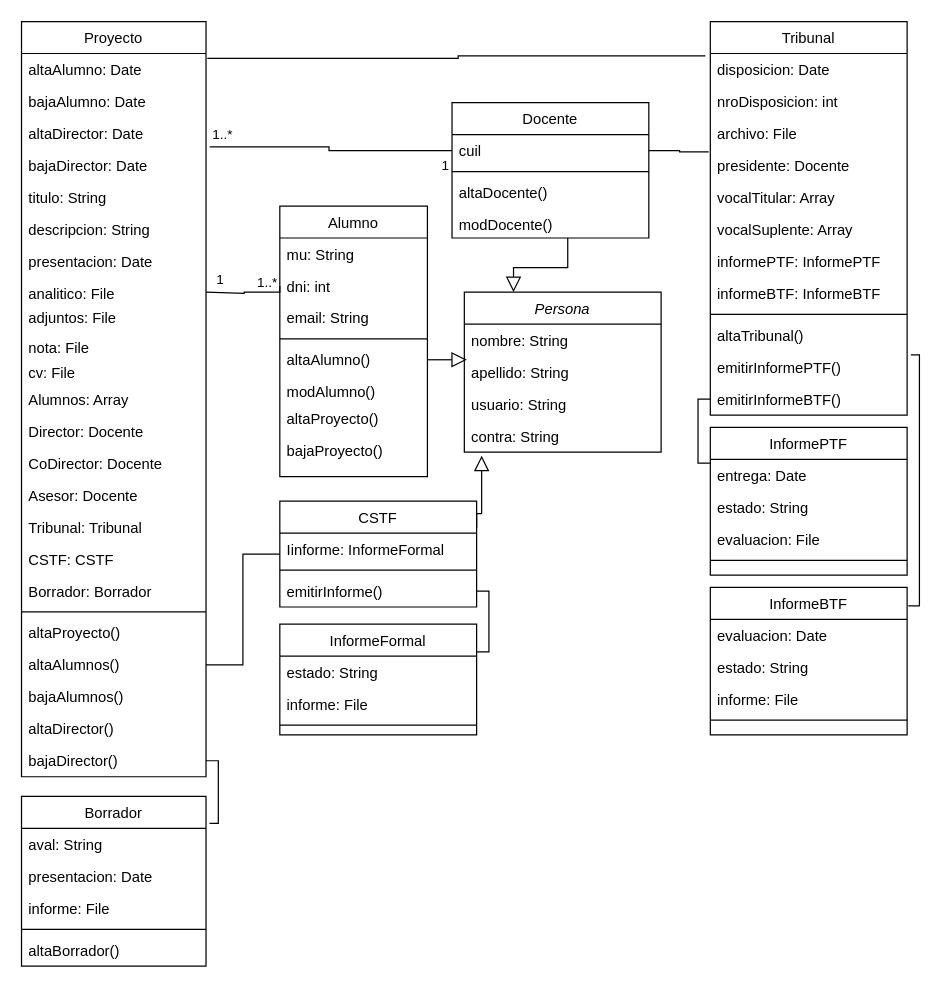
Earlier version of the draw.io diagram Diagrama sin título.drawio (marcosgomezok/LaboratorioP3). Source tidied: cells renumbered, new cells numbered last; positions are measured from the earlier drawing's top-left corner, leaving out a move shared by most shapes. Both pictures are drawn from the tidied source at 123%, with x=0, y=0 at pixel (21, 21).
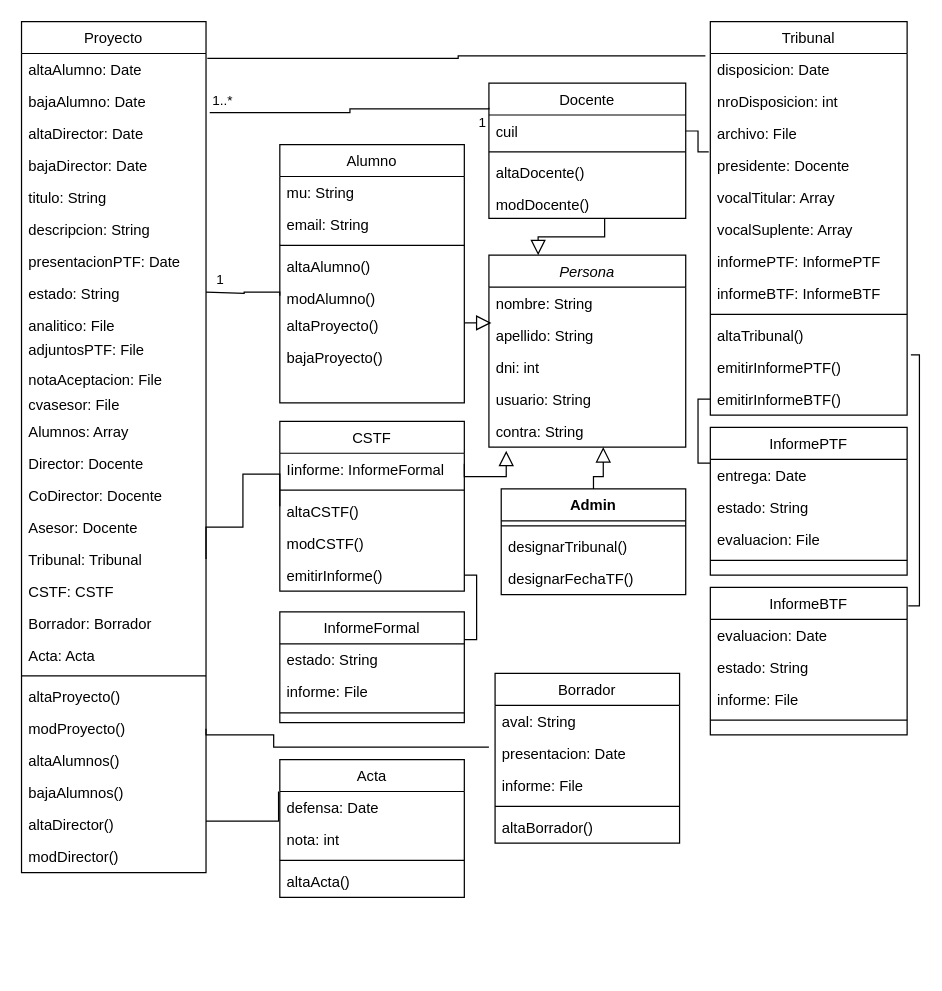
The same diagram, later.

Unchanged cells that the change refers to:
```xml
<mxCell id="18" value="cuil" style="text;align=left;verticalAlign=top;spacingLeft=4;spacingRight=4;overflow=hidden;points=[[0,0.5],[1,0.5]];portConstraint=eastwest;" parent="17" vertex="1">
  <mxGeometry y="26" width="160" height="26" as="geometry" />
</mxCell>
<mxCell id="21" value="modDocente()" style="text;align=left;verticalAlign=top;spacingLeft=4;spacingRight=4;overflow=hidden;points=[[0,0.5],[1,0.5]];portConstraint=eastwest;" parent="17" vertex="1">
  <mxGeometry y="86" width="160" height="24" as="geometry" />
</mxCell>
<mxCell id="27" value="bajaDirector: Date&#10;" style="text;align=left;verticalAlign=top;spacingLeft=4;spacingRight=4;overflow=hidden;points=[[0,0.5],[1,0.5]];portConstraint=eastwest;" parent="23" vertex="1">
  <mxGeometry y="104" width="150" height="26" as="geometry" />
</mxCell>
<mxCell id="86" value="aval: String" style="text;align=left;verticalAlign=top;spacingLeft=4;spacingRight=4;overflow=hidden;points=[[0,0.5],[1,0.5]];portConstraint=eastwest;" parent="85" vertex="1">
  <mxGeometry y="26" width="150" height="26" as="geometry" />
</mxCell>
```

Change to the diagram source:
```diff
@@
     <mxCell id="2" value="Persona" style="swimlane;fontStyle=2;align=center;verticalAlign=top;horizontal=1;startSize=26;rounded=0;shadow=0;strokeWidth=1;" parent="1" vertex="1">
-      <mxGeometry x="360" y="220" width="160" height="130" as="geometry" />
+      <mxGeometry x="380" y="190" width="160" height="156" as="geometry" />
     </mxCell>
@@
+    <mxCell id="9" value="dni: int&#10;&#10;" style="text;align=left;verticalAlign=top;spacingLeft=4;spacingRight=4;overflow=hidden;points=[[0,0.5],[1,0.5]];portConstraint=eastwest;rounded=0;shadow=0;html=0;" parent="2" vertex="1">
+      <mxGeometry y="78" width="160" height="26" as="geometry" />
+    </mxCell>
     <mxCell id="5" value="usuario: String" style="text;align=left;verticalAlign=top;spacingLeft=4;spacingRight=4;overflow=hidden;rounded=0;shadow=0;html=0;" parent="2" vertex="1">
-      <mxGeometry y="78" width="160" height="26" as="geometry" />
+      <mxGeometry y="104" width="160" height="26" as="geometry" />
     </mxCell>
     <mxCell id="6" value="contra: String" style="text;align=left;verticalAlign=top;spacingLeft=4;spacingRight=4;overflow=hidden;points=[[0,0.5],[1,0.5]];portConstraint=eastwest;rounded=0;shadow=0;html=0;" parent="2" vertex="1">
-      <mxGeometry y="104" width="160" height="26" as="geometry" />
+      <mxGeometry y="130" width="160" height="26" as="geometry" />
     </mxCell>
     <mxCell id="7" value="Alumno" style="swimlane;fontStyle=0;align=center;verticalAlign=top;horizontal=1;startSize=26;rounded=0;shadow=0;strokeWidth=1;" parent="1" vertex="1">
-      <mxGeometry x="210" y="150" width="120" height="220" as="geometry" />
+      <mxGeometry x="210" y="100" width="150" height="210" as="geometry" />
     </mxCell>
     <mxCell id="8" value="mu: String" style="text;align=left;verticalAlign=top;spacingLeft=4;spacingRight=4;overflow=hidden;" parent="7" vertex="1">
-      <mxGeometry y="26" width="120" height="26" as="geometry" />
+      <mxGeometry y="26" width="150" height="26" as="geometry" />
     </mxCell>
-    <mxCell id="9" value="dni: int&#10;&#10;" style="text;align=left;verticalAlign=top;spacingLeft=4;spacingRight=4;overflow=hidden;points=[[0,0.5],[1,0.5]];portConstraint=eastwest;rounded=0;shadow=0;html=0;" parent="7" vertex="1">
-      <mxGeometry y="52" width="120" height="26" as="geometry" />
-    </mxCell>
     <mxCell id="10" value="email: String" style="text;align=left;verticalAlign=top;spacingLeft=4;spacingRight=4;overflow=hidden;rounded=0;shadow=0;html=0;" parent="7" vertex="1">
-      <mxGeometry y="78" width="120" height="26" as="geometry" />
+      <mxGeometry y="52" width="150" height="26" as="geometry" />
     </mxCell>
     <mxCell id="11" style="line;html=1;strokeWidth=1;align=left;verticalAlign=middle;spacingTop=-1;spacingLeft=3;spacingRight=3;labelPosition=right;" parent="7" vertex="1">
-      <mxGeometry y="104" width="120" height="8" as="geometry" />
+      <mxGeometry y="78" width="150" height="8" as="geometry" />
     </mxCell>
     <mxCell id="12" value="altaAlumno()" style="text;align=left;verticalAlign=top;spacingLeft=4;spacingRight=4;overflow=hidden;" parent="7" vertex="1">
-      <mxGeometry y="112" width="120" height="26" as="geometry" />
+      <mxGeometry y="86" width="150" height="26" as="geometry" />
     </mxCell>
     <mxCell id="13" value="modAlumno()" style="text;align=left;verticalAlign=top;spacingLeft=4;spacingRight=4;overflow=hidden;points=[[0,0.5],[1,0.5]];portConstraint=eastwest;" parent="7" vertex="1">
-      <mxGeometry y="138" width="120" height="22" as="geometry" />
+      <mxGeometry y="112" width="150" height="22" as="geometry" />
     </mxCell>
     <mxCell id="14" value="altaProyecto()&#10;" style="text;align=left;verticalAlign=top;spacingLeft=4;spacingRight=4;overflow=hidden;" parent="7" vertex="1">
-      <mxGeometry y="160" width="120" height="26" as="geometry" />
+      <mxGeometry y="134" width="150" height="26" as="geometry" />
     </mxCell>
     <mxCell id="15" value="bajaProyecto()&#10;" style="text;align=left;verticalAlign=top;spacingLeft=4;spacingRight=4;overflow=hidden;" parent="7" vertex="1">
-      <mxGeometry y="186" width="120" height="26" as="geometry" />
+      <mxGeometry y="160" width="150" height="24" as="geometry" />
     </mxCell>
@@
     <mxCell id="17" value="Docente&#10;" style="swimlane;fontStyle=0;align=center;verticalAlign=top;horizontal=1;startSize=26;rounded=0;shadow=0;strokeWidth=1;" parent="1" vertex="1">
-      <mxGeometry x="350" y="66" width="160" height="110" as="geometry" />
+      <mxGeometry x="380" y="50" width="160" height="110" as="geometry" />
     </mxCell>
@@
     <mxCell id="22" style="endArrow=block;endSize=10;endFill=0;shadow=0;strokeWidth=1;rounded=0;edgeStyle=elbowEdgeStyle;elbow=vertical;exitX=0.588;exitY=1;exitDx=0;exitDy=0;entryX=0.25;entryY=0;entryDx=0;entryDy=0;exitPerimeter=0;" parent="1" edge="1" source="21" target="2">
-      <mxGeometry relative="1" as="geometry">
-        <Array as="points">
-          <mxPoint x="430" y="200" />
-        </Array>
-      </mxGeometry>
+      <mxGeometry relative="1" as="geometry" />
     </mxCell>
     <mxCell id="23" value="Proyecto" style="swimlane;fontStyle=0;align=center;verticalAlign=top;horizontal=1;startSize=26;rounded=0;shadow=0;strokeWidth=1;" parent="1" vertex="1">
-      <mxGeometry width="150" height="614" as="geometry" />
+      <mxGeometry width="150" height="692" as="geometry" />
     </mxCell>
@@
-    <mxCell id="30" value="presentacion: Date" style="text;align=left;verticalAlign=top;spacingLeft=4;spacingRight=4;overflow=hidden;" parent="23" vertex="1">
+    <mxCell id="30" value="presentacionPTF: Date" style="text;align=left;verticalAlign=top;spacingLeft=4;spacingRight=4;overflow=hidden;" parent="23" vertex="1">
       <mxGeometry y="182" width="150" height="26" as="geometry" />
     </mxCell>
+    <mxCell id="99" value="estado: String" style="text;align=left;verticalAlign=top;spacingLeft=4;spacingRight=4;overflow=hidden;" parent="23" vertex="1">
+      <mxGeometry y="208" width="150" height="26" as="geometry" />
+    </mxCell>
     <mxCell id="31" value="analitico: File" style="text;align=left;verticalAlign=top;spacingLeft=4;spacingRight=4;overflow=hidden;" parent="23" vertex="1">
-      <mxGeometry y="208" width="150" height="20" as="geometry" />
+      <mxGeometry y="234" width="150" height="20" as="geometry" />
     </mxCell>
-    <mxCell id="32" value="adjuntos: File" style="text;align=left;verticalAlign=top;spacingLeft=4;spacingRight=4;overflow=hidden;" parent="23" vertex="1">
-      <mxGeometry y="228" width="150" height="24" as="geometry" />
+    <mxCell id="32" value="adjuntosPTF: File" style="text;align=left;verticalAlign=top;spacingLeft=4;spacingRight=4;overflow=hidden;" parent="23" vertex="1">
+      <mxGeometry y="254" width="150" height="24" as="geometry" />
     </mxCell>
-    <mxCell id="33" value="nota: File" style="text;align=left;verticalAlign=top;spacingLeft=4;spacingRight=4;overflow=hidden;" parent="23" vertex="1">
-      <mxGeometry y="252" width="150" height="20" as="geometry" />
+    <mxCell id="33" value="notaAceptacion: File" style="text;align=left;verticalAlign=top;spacingLeft=4;spacingRight=4;overflow=hidden;" parent="23" vertex="1">
+      <mxGeometry y="278" width="150" height="20" as="geometry" />
     </mxCell>
-    <mxCell id="34" value="cv: File" style="text;align=left;verticalAlign=top;spacingLeft=4;spacingRight=4;overflow=hidden;" parent="23" vertex="1">
-      <mxGeometry y="272" width="150" height="22" as="geometry" />
+    <mxCell id="34" value="cvasesor: File" style="text;align=left;verticalAlign=top;spacingLeft=4;spacingRight=4;overflow=hidden;" parent="23" vertex="1">
+      <mxGeometry y="298" width="150" height="22" as="geometry" />
     </mxCell>
     <mxCell id="35" value="Alumnos: Array" style="text;align=left;verticalAlign=top;spacingLeft=4;spacingRight=4;overflow=hidden;" parent="23" vertex="1">
-      <mxGeometry y="294" width="150" height="26" as="geometry" />
+      <mxGeometry y="320" width="150" height="26" as="geometry" />
     </mxCell>
     <mxCell id="36" value="Director: Docente&#10;" style="text;align=left;verticalAlign=top;spacingLeft=4;spacingRight=4;overflow=hidden;" parent="23" vertex="1">
-      <mxGeometry y="320" width="150" height="26" as="geometry" />
+      <mxGeometry y="346" width="150" height="26" as="geometry" />
     </mxCell>
     <mxCell id="37" value="CoDirector: Docente&#10;" style="text;align=left;verticalAlign=top;spacingLeft=4;spacingRight=4;overflow=hidden;" parent="23" vertex="1">
-      <mxGeometry y="346" width="150" height="26" as="geometry" />
+      <mxGeometry y="372" width="150" height="26" as="geometry" />
     </mxCell>
     <mxCell id="38" value="Asesor: Docente" style="text;align=left;verticalAlign=top;spacingLeft=4;spacingRight=4;overflow=hidden;" parent="23" vertex="1">
-      <mxGeometry y="372" width="150" height="26" as="geometry" />
+      <mxGeometry y="398" width="150" height="26" as="geometry" />
     </mxCell>
     <mxCell id="39" value="Tribunal: Tribunal&#10;" style="text;align=left;verticalAlign=top;spacingLeft=4;spacingRight=4;overflow=hidden;points=[[0,0.5],[1,0.5]];portConstraint=eastwest;" parent="23" vertex="1">
-      <mxGeometry y="398" width="150" height="26" as="geometry" />
+      <mxGeometry y="424" width="150" height="26" as="geometry" />
     </mxCell>
     <mxCell id="40" value="CSTF: CSTF" style="text;align=left;verticalAlign=top;spacingLeft=4;spacingRight=4;overflow=hidden;" parent="23" vertex="1">
-      <mxGeometry y="424" width="150" height="26" as="geometry" />
+      <mxGeometry y="450" width="150" height="26" as="geometry" />
     </mxCell>
+    <mxCell id="100" value="Borrador: Borrador" style="text;align=left;verticalAlign=top;spacingLeft=4;spacingRight=4;overflow=hidden;" parent="23" vertex="1">
+      <mxGeometry y="476" width="150" height="26" as="geometry" />
+    </mxCell>
-    <mxCell id="41" value="Borrador: Borrador" style="text;align=left;verticalAlign=top;spacingLeft=4;spacingRight=4;overflow=hidden;" parent="23" vertex="1">
-      <mxGeometry y="450" width="150" height="26" as="geometry" />
+    <mxCell id="41" value="Acta: Acta" style="text;align=left;verticalAlign=top;spacingLeft=4;spacingRight=4;overflow=hidden;" parent="23" vertex="1">
+      <mxGeometry y="502" width="150" height="26" as="geometry" />
     </mxCell>
     <mxCell id="42" style="line;html=1;strokeWidth=1;align=left;verticalAlign=middle;spacingTop=-1;spacingLeft=3;spacingRight=3;labelPosition=right;" parent="23" vertex="1">
-      <mxGeometry y="476" width="150" height="8" as="geometry" />
+      <mxGeometry y="528" width="150" height="8" as="geometry" />
     </mxCell>
     <mxCell id="43" value="altaProyecto()" style="text;align=left;verticalAlign=top;spacingLeft=4;spacingRight=4;overflow=hidden;" parent="23" vertex="1">
-      <mxGeometry y="484" width="150" height="26" as="geometry" />
+      <mxGeometry y="536" width="150" height="26" as="geometry" />
     </mxCell>
+    <mxCell id="101" value="modProyecto()" style="text;align=left;verticalAlign=top;spacingLeft=4;spacingRight=4;overflow=hidden;points=[[0,0.5],[1,0.5]];portConstraint=eastwest;" parent="23" vertex="1">
+      <mxGeometry y="562" width="150" height="26" as="geometry" />
+    </mxCell>
     <mxCell id="44" value="altaAlumnos()" style="text;align=left;verticalAlign=top;spacingLeft=4;spacingRight=4;overflow=hidden;points=[[0,0.5],[1,0.5]];portConstraint=eastwest;" parent="23" vertex="1">
-      <mxGeometry y="510" width="150" height="26" as="geometry" />
+      <mxGeometry y="588" width="150" height="26" as="geometry" />
     </mxCell>
     <mxCell id="45" value="bajaAlumnos()" style="text;align=left;verticalAlign=top;spacingLeft=4;spacingRight=4;overflow=hidden;" parent="23" vertex="1">
-      <mxGeometry y="536" width="150" height="26" as="geometry" />
+      <mxGeometry y="614" width="150" height="26" as="geometry" />
     </mxCell>
     <mxCell id="46" value="altaDirector()" style="text;align=left;verticalAlign=top;spacingLeft=4;spacingRight=4;overflow=hidden;" parent="23" vertex="1">
-      <mxGeometry y="562" width="150" height="26" as="geometry" />
+      <mxGeometry y="640" width="150" height="26" as="geometry" />
     </mxCell>
-    <mxCell id="47" value="bajaDirector()" style="text;align=left;verticalAlign=top;spacingLeft=4;spacingRight=4;overflow=hidden;points=[[0,0.5],[1,0.5]];portConstraint=eastwest;" parent="23" vertex="1">
-      <mxGeometry y="588" width="150" height="26" as="geometry" />
+    <mxCell id="47" value="modDirector()" style="text;align=left;verticalAlign=top;spacingLeft=4;spacingRight=4;overflow=hidden;points=[[0,0.5],[1,0.5]];portConstraint=eastwest;" parent="23" vertex="1">
+      <mxGeometry y="666" width="150" height="26" as="geometry" />
     </mxCell>
-    <mxCell id="48" style="endArrow=none;html=1;edgeStyle=orthogonalEdgeStyle;rounded=0;exitX=0;exitY=0.5;exitDx=0;exitDy=0;" parent="1" edge="1" source="9">
+    <mxCell id="48" style="endArrow=none;html=1;edgeStyle=orthogonalEdgeStyle;rounded=0;exitX=0;exitY=0.5;exitDx=0;exitDy=0;" parent="1" edge="1" source="13">
       <mxGeometry relative="1" as="geometry">
         <mxPoint x="150" y="220" as="targetPoint" />
         <Array as="points">
           <mxPoint x="210" y="220" />
           <mxPoint x="181" y="220" />
           <mxPoint x="181" y="221" />
         </Array>
       </mxGeometry>
     </mxCell>
-    <mxCell id="49" value="1..*&lt;br&gt;" style="edgeLabel;html=1;align=left;verticalAlign=bottom;" parent="48" vertex="1">
-      <mxGeometry x="-1" relative="1" as="geometry">
-        <mxPoint x="-20" y="5" as="offset" />
-      </mxGeometry>
-    </mxCell>
@@
-    <mxCell id="51" style="endArrow=none;html=1;edgeStyle=orthogonalEdgeStyle;rounded=0;entryX=1.02;entryY=-0.077;entryDx=0;entryDy=0;entryPerimeter=0;exitX=0;exitY=0.5;exitDx=0;exitDy=0;" parent="1" edge="1" source="18" target="27">
-      <mxGeometry relative="1" as="geometry" />
+    <mxCell id="51" style="endArrow=none;html=1;edgeStyle=orthogonalEdgeStyle;rounded=0;exitX=0;exitY=0.5;exitDx=0;exitDy=0;" parent="1" edge="1">
+      <mxGeometry relative="1" as="geometry">
+        <mxPoint x="380" y="70" as="sourcePoint" />
+        <mxPoint x="153" y="74" as="targetPoint" />
+        <Array as="points">
+          <mxPoint x="380" y="71" />
+          <mxPoint x="267" y="71" />
+          <mxPoint x="267" y="74" />
+          <mxPoint x="154" y="74" />
+        </Array>
+      </mxGeometry>
     </mxCell>
@@
     <mxCell id="54" value="CSTF" style="swimlane;fontStyle=0;align=center;verticalAlign=top;horizontal=1;startSize=26;rounded=0;shadow=0;strokeWidth=1;" parent="1" vertex="1">
-      <mxGeometry x="210" y="390" width="160" height="86" as="geometry" />
+      <mxGeometry x="210" y="325" width="150" height="138" as="geometry" />
     </mxCell>
     <mxCell id="55" value="Iinforme: InformeFormal" style="text;align=left;verticalAlign=top;spacingLeft=4;spacingRight=4;overflow=hidden;" parent="54" vertex="1">
-      <mxGeometry y="26" width="160" height="26" as="geometry" />
+      <mxGeometry y="26" width="150" height="26" as="geometry" />
     </mxCell>
     <mxCell id="56" style="line;html=1;strokeWidth=1;align=left;verticalAlign=middle;spacingTop=-1;spacingLeft=3;spacingRight=3;labelPosition=right;" parent="54" vertex="1">
-      <mxGeometry y="52" width="160" height="8" as="geometry" />
+      <mxGeometry y="52" width="150" height="8" as="geometry" />
     </mxCell>
+    <mxCell id="102" value="altaCSTF()" style="text;align=left;verticalAlign=top;spacingLeft=4;spacingRight=4;overflow=hidden;" parent="54" vertex="1">
+      <mxGeometry y="60" width="150" height="26" as="geometry" />
+    </mxCell>
+    <mxCell id="103" value="modCSTF()" style="text;align=left;verticalAlign=top;spacingLeft=4;spacingRight=4;overflow=hidden;" parent="54" vertex="1">
+      <mxGeometry y="86" width="150" height="26" as="geometry" />
+    </mxCell>
     <mxCell id="57" value="emitirInforme()" style="text;align=left;verticalAlign=top;spacingLeft=4;spacingRight=4;overflow=hidden;points=[[0,0.5],[1,0.5]];portConstraint=eastwest;" parent="54" vertex="1">
-      <mxGeometry y="60" width="160" height="26" as="geometry" />
+      <mxGeometry y="112" width="150" height="26" as="geometry" />
     </mxCell>
     <mxCell id="58" style="endArrow=block;endSize=10;endFill=0;shadow=0;strokeWidth=1;rounded=0;edgeStyle=elbowEdgeStyle;elbow=vertical;entryX=0.088;entryY=1.115;entryDx=0;entryDy=0;entryPerimeter=0;exitX=1;exitY=0.25;exitDx=0;exitDy=0;" parent="1" edge="1" source="54" target="6">
       <mxGeometry relative="1" as="geometry">
         <Array as="points">
-          <mxPoint x="400" y="400" />
+          <mxPoint x="380" y="370" />
         </Array>
       </mxGeometry>
     </mxCell>
@@
     <mxCell id="77" value="InformeFormal" style="swimlane;fontStyle=0;align=center;verticalAlign=top;horizontal=1;startSize=26;rounded=0;shadow=0;strokeWidth=1;" parent="1" vertex="1">
-      <mxGeometry x="210" y="490" width="160" height="90" as="geometry" />
+      <mxGeometry x="210" y="480" width="150" height="90" as="geometry" />
     </mxCell>
     <mxCell id="78" value="estado: String" style="text;align=left;verticalAlign=top;spacingLeft=4;spacingRight=4;overflow=hidden;" parent="77" vertex="1">
-      <mxGeometry y="26" width="160" height="26" as="geometry" />
+      <mxGeometry y="26" width="150" height="26" as="geometry" />
     </mxCell>
     <mxCell id="79" value="informe: File" style="text;align=left;verticalAlign=top;spacingLeft=4;spacingRight=4;overflow=hidden;" parent="77" vertex="1">
-      <mxGeometry y="52" width="160" height="26" as="geometry" />
+      <mxGeometry y="52" width="150" height="26" as="geometry" />
     </mxCell>
     <mxCell id="80" style="line;html=1;strokeWidth=1;align=left;verticalAlign=middle;spacingTop=-1;spacingLeft=3;spacingRight=3;labelPosition=right;" parent="77" vertex="1">
-      <mxGeometry y="78" width="160" height="8" as="geometry" />
+      <mxGeometry y="78" width="150" height="8" as="geometry" />
     </mxCell>
@@
-    <mxCell id="83" style="endArrow=none;html=1;edgeStyle=orthogonalEdgeStyle;rounded=0;entryX=0;entryY=0.5;entryDx=0;entryDy=0;exitX=1;exitY=0.5;exitDx=0;exitDy=0;" parent="1" edge="1" source="44" target="54">
-      <mxGeometry relative="1" as="geometry" />
+    <mxCell id="83" style="endArrow=none;html=1;edgeStyle=orthogonalEdgeStyle;rounded=0;entryX=0;entryY=0.5;entryDx=0;entryDy=0;exitX=1;exitY=0.5;exitDx=0;exitDy=0;" parent="1" edge="1" source="39" target="54">
+      <mxGeometry relative="1" as="geometry">
+        <Array as="points">
+          <mxPoint x="180" y="411" />
+          <mxPoint x="180" y="368" />
+        </Array>
+      </mxGeometry>
     </mxCell>
@@
     <mxCell id="85" value="Borrador" style="swimlane;fontStyle=0;align=center;verticalAlign=top;horizontal=1;startSize=26;rounded=0;shadow=0;strokeWidth=1;" parent="1" vertex="1">
-      <mxGeometry y="630" width="150" height="138" as="geometry" />
+      <mxGeometry x="385" y="530" width="150" height="138" as="geometry" />
     </mxCell>
@@
-    <mxCell id="91" style="endArrow=none;html=1;edgeStyle=orthogonalEdgeStyle;rounded=0;entryX=1.019;entryY=-0.154;entryDx=0;entryDy=0;entryPerimeter=0;exitX=1;exitY=0.5;exitDx=0;exitDy=0;" parent="1" edge="1" source="47" target="86">
-      <mxGeometry relative="1" as="geometry" />
+    <mxCell id="91" style="endArrow=none;html=1;edgeStyle=orthogonalEdgeStyle;rounded=0;entryX=0;entryY=0.5;entryDx=0;entryDy=0;exitX=1;exitY=0.5;exitDx=0;exitDy=0;" parent="1" edge="1" source="101">
+      <mxGeometry relative="1" as="geometry">
+        <mxPoint x="380" y="590" as="targetPoint" />
+        <Array as="points">
+          <mxPoint x="150" y="580" />
+          <mxPoint x="205" y="580" />
+          <mxPoint x="205" y="590" />
+        </Array>
+      </mxGeometry>
     </mxCell>
@@
+    <mxCell id="104" value="Admin" style="swimlane;fontStyle=1;align=center;verticalAlign=top;horizontal=1;startSize=26;whiteSpace=wrap;html=1;" parent="1" vertex="1">
+      <mxGeometry x="390" y="380" width="150" height="86" as="geometry" />
+    </mxCell>
+    <mxCell id="105" style="line;strokeWidth=1;fillColor=none;align=left;verticalAlign=middle;spacingTop=-1;spacingLeft=3;spacingRight=3;labelPosition=right;strokeColor=inherit;" parent="104" vertex="1">
+      <mxGeometry y="26" width="150" height="8" as="geometry" />
+    </mxCell>
+    <mxCell id="106" value="designarTribunal()" style="text;strokeColor=none;fillColor=none;align=left;verticalAlign=top;spacingLeft=4;spacingRight=4;overflow=hidden;whiteSpace=wrap;html=1;" parent="104" vertex="1">
+      <mxGeometry y="34" width="150" height="26" as="geometry" />
+    </mxCell>
+    <mxCell id="107" value="designarFechaTF()" style="text;strokeColor=none;fillColor=none;align=left;verticalAlign=top;spacingLeft=4;spacingRight=4;overflow=hidden;whiteSpace=wrap;html=1;" parent="104" vertex="1">
+      <mxGeometry y="60" width="150" height="26" as="geometry" />
+    </mxCell>
+    <mxCell id="108" style="endArrow=block;endSize=10;endFill=0;shadow=0;strokeWidth=1;rounded=0;edgeStyle=elbowEdgeStyle;elbow=vertical;entryX=0.581;entryY=1;entryDx=0;entryDy=0;entryPerimeter=0;exitX=0.5;exitY=0;exitDx=0;exitDy=0;" parent="1" edge="1" source="104" target="6">
+      <mxGeometry relative="1" as="geometry">
+        <Array as="points">
+          <mxPoint x="490" y="370" />
+        </Array>
+      </mxGeometry>
+    </mxCell>
+    <mxCell id="109" value="Acta" style="swimlane;fontStyle=0;align=center;verticalAlign=top;horizontal=1;startSize=26;rounded=0;shadow=0;strokeWidth=1;" parent="1" vertex="1">
+      <mxGeometry x="210" y="600" width="150" height="112" as="geometry" />
+    </mxCell>
+    <mxCell id="110" value="defensa: Date" style="text;align=left;verticalAlign=top;spacingLeft=4;spacingRight=4;overflow=hidden;points=[[0,0.5],[1,0.5]];portConstraint=eastwest;" parent="109" vertex="1">
+      <mxGeometry y="26" width="150" height="26" as="geometry" />
+    </mxCell>
+    <mxCell id="111" value="nota: int" style="text;align=left;verticalAlign=top;spacingLeft=4;spacingRight=4;overflow=hidden;" parent="109" vertex="1">
+      <mxGeometry y="52" width="150" height="26" as="geometry" />
+    </mxCell>
+    <mxCell id="112" style="line;html=1;strokeWidth=1;align=left;verticalAlign=middle;spacingTop=-1;spacingLeft=3;spacingRight=3;labelPosition=right;" parent="109" vertex="1">
+      <mxGeometry y="78" width="150" height="8" as="geometry" />
+    </mxCell>
+    <mxCell id="113" value="altaActa()" style="text;align=left;verticalAlign=top;spacingLeft=4;spacingRight=4;overflow=hidden;" parent="109" vertex="1">
+      <mxGeometry y="86" width="150" height="26" as="geometry" />
+    </mxCell>
+    <mxCell id="114" style="endArrow=none;html=1;edgeStyle=orthogonalEdgeStyle;rounded=0;entryX=-0.007;entryY=0;entryDx=0;entryDy=0;entryPerimeter=0;" parent="1" edge="1" target="110">
+      <mxGeometry relative="1" as="geometry">
+        <mxPoint x="150" y="650" as="sourcePoint" />
+        <Array as="points">
+          <mxPoint x="209" y="650" />
+        </Array>
+      </mxGeometry>
+    </mxCell>
```
